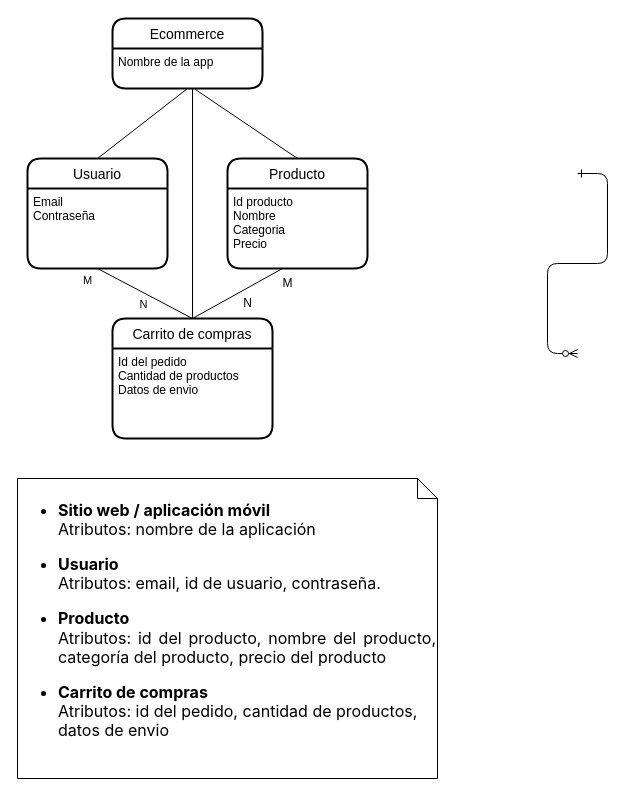
Earlier version of the draw.io diagram Diagrama ER Ecommerce.drawio (talentot/ProyectoFinal). Source tidied: cells renumbered, new cells numbered last; positions are measured from the earlier drawing's top-left corner, leaving out a move shared by most shapes. Both pictures are drawn from the tidied source at 100%, with x=0, y=0 at pixel (17, 18).
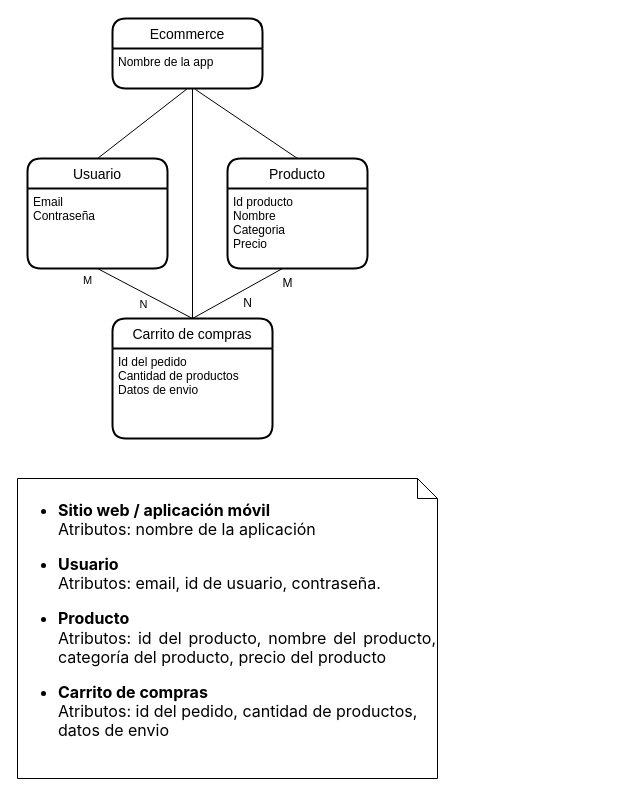
After the change.

Change to the diagram source:
```diff
@@
-    <mxCell id="2" style="edgeStyle=entityRelationEdgeStyle;endArrow=ERzeroToMany;startArrow=ERone;endFill=1;startFill=0;" parent="1" edge="1">
-      <mxGeometry relative="1" as="geometry">
-        <mxPoint x="560" y="155" as="sourcePoint" />
-        <mxPoint x="560" y="335" as="targetPoint" />
-      </mxGeometry>
-    </mxCell>
```
